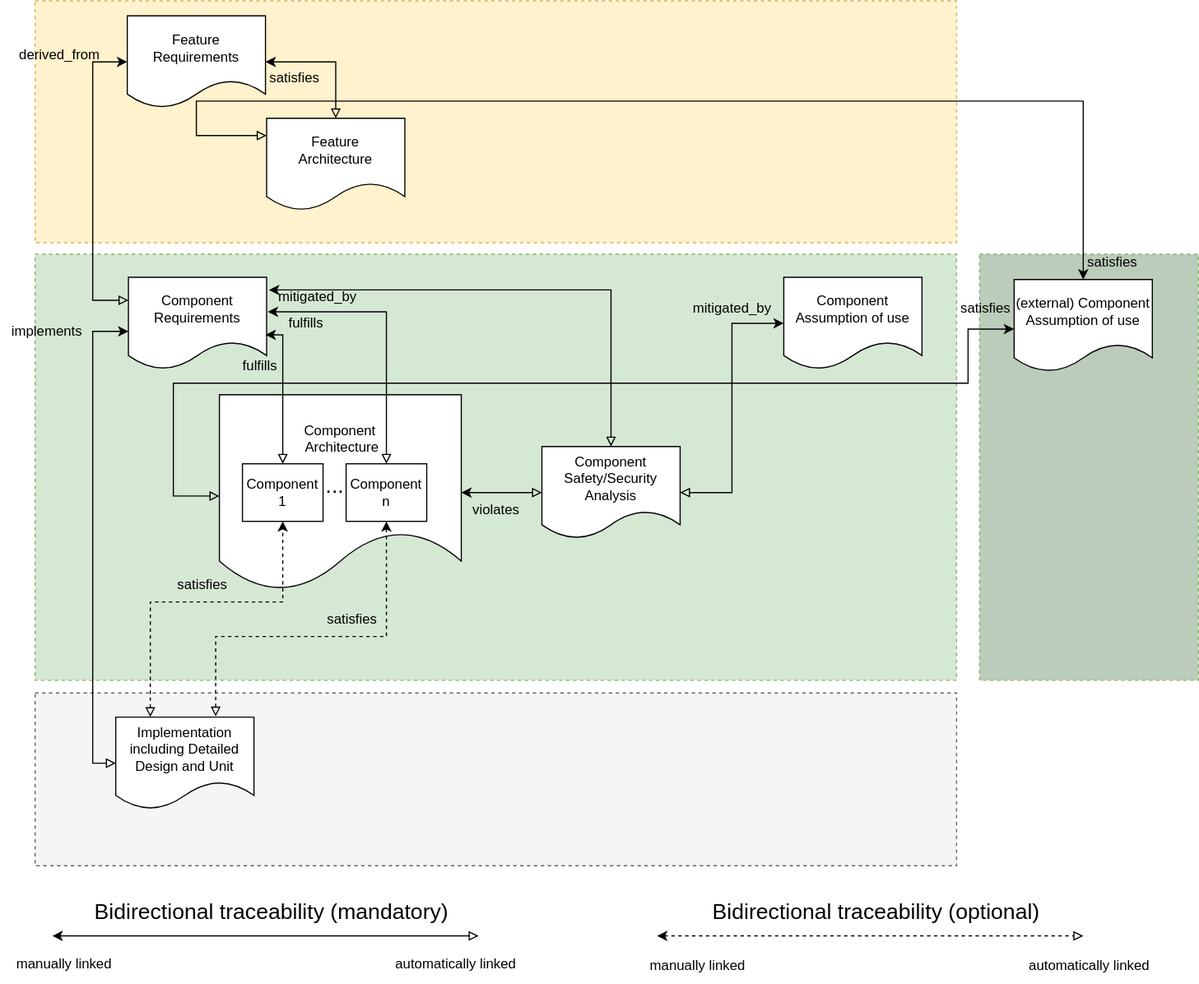
This is pr-621/_images/score_traceability_model_cmp_overview_2.drawio.svg from eclipse-score/process_description, a draw.io export, as it was before one commit. Source tidied: cells renumbered, new cells last; positions are measured from the earlier drawing's top-left corner, leaving out a move shared by most shapes.
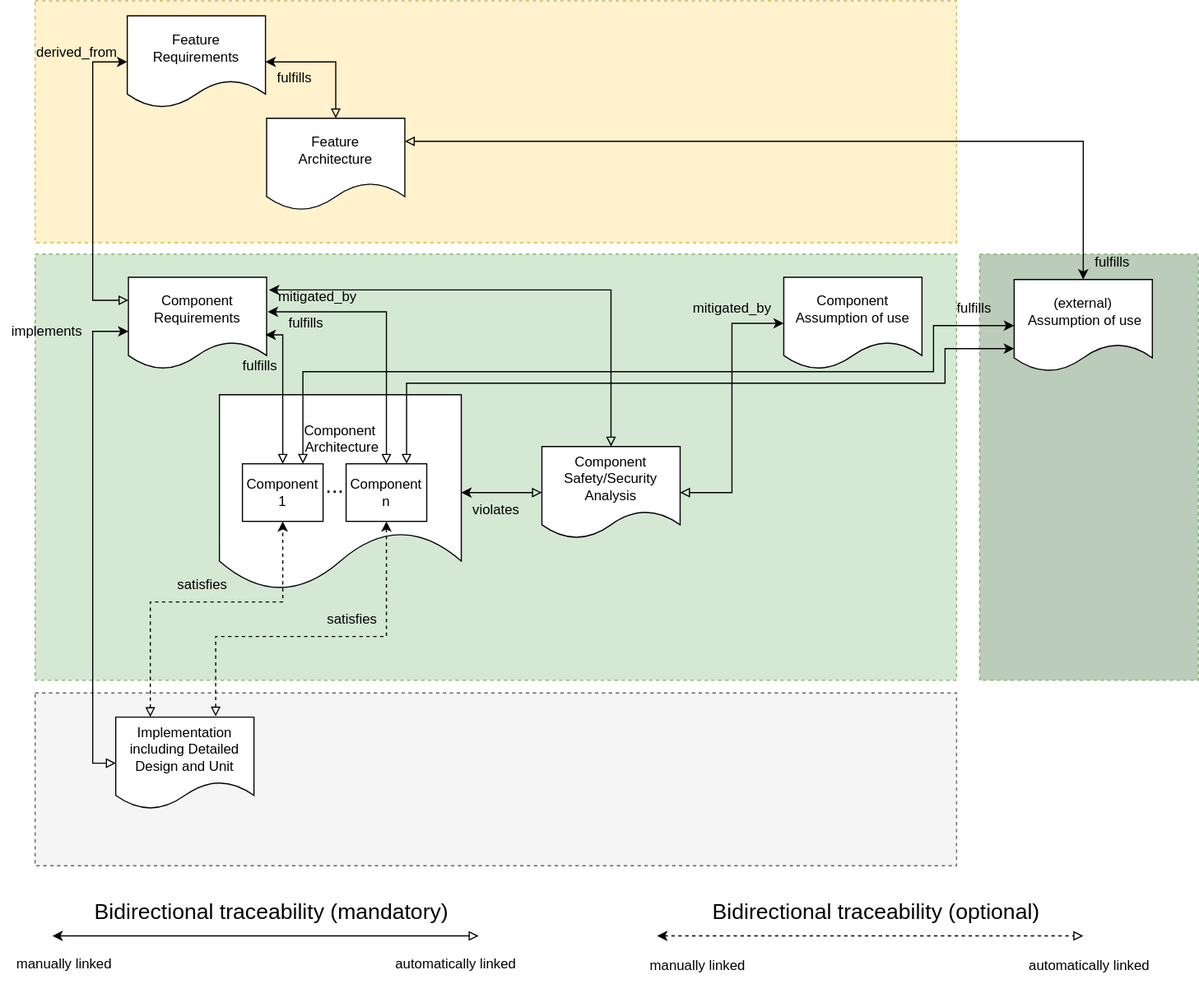
Later version of the same file.

The edit, as a diff of the source:
```diff
@@ -56,28 +56,22 @@
     <mxCell id="16" style="rounded=0;whiteSpace=wrap;html=1;dashed=1;fillColor=#BBCCBA;strokeColor=#82b366;" parent="1" vertex="1">
       <mxGeometry x="850" y="220" width="190" height="370" as="geometry" />
     </mxCell>
-    <mxCell id="17" style="edgeStyle=orthogonalEdgeStyle;rounded=0;jettySize=auto;html=1;entryX=0;entryY=0.25;entryDx=0;entryDy=0;fontSize=19;startArrow=classic;startFill=1;exitX=0.5;exitY=0;exitDx=0;exitDy=0;endArrow=block;endFill=0;" parent="1" edge="1" source="18">
+    <mxCell id="17" style="edgeStyle=orthogonalEdgeStyle;rounded=0;jettySize=auto;html=1;entryX=1;entryY=0.25;entryDx=0;entryDy=0;fontSize=19;startArrow=classic;startFill=1;exitX=0.5;exitY=0;exitDx=0;exitDy=0;endArrow=block;endFill=0;" parent="1" edge="1" source="18" target="14">
       <mxGeometry relative="1" as="geometry">
-        <mxPoint x="231" y="117" as="targetPoint" />
         <Array as="points">
-          <mxPoint x="940" y="87" />
-          <mxPoint x="170" y="87" />
-          <mxPoint x="170" y="117" />
+          <mxPoint x="940" y="122" />
         </Array>
       </mxGeometry>
     </mxCell>
-    <mxCell id="18" value="(external) Component Assumption of use" style="shape=document;whiteSpace=wrap;html=1;boundedLbl=1;" parent="1" vertex="1">
+    <mxCell id="18" value="(external)&lt;br&gt;&amp;nbsp;Assumption of use" style="shape=document;whiteSpace=wrap;html=1;boundedLbl=1;" parent="1" vertex="1">
       <mxGeometry x="880" y="242" width="120" height="80" as="geometry" />
     </mxCell>
-    <mxCell id="19" style="edgeStyle=orthogonalEdgeStyle;rounded=0;orthogonalLoop=1;jettySize=auto;html=1;exitX=0;exitY=0.5;exitDx=0;exitDy=0;startArrow=block;startFill=0;entryX=0;entryY=0.5;entryDx=0;entryDy=0;" parent="1" edge="1">
+    <mxCell id="19" style="edgeStyle=orthogonalEdgeStyle;rounded=0;jettySize=auto;html=1;exitX=0.75;exitY=0;exitDx=0;exitDy=0;startArrow=block;startFill=0;entryX=0;entryY=0.5;entryDx=0;entryDy=0;" parent="1" edge="1" source="24" target="18">
       <mxGeometry relative="1" as="geometry">
-        <mxPoint x="190" y="430" as="sourcePoint" />
-        <mxPoint x="880" y="285" as="targetPoint" />
         <Array as="points">
-          <mxPoint x="150" y="430" />
-          <mxPoint x="150" y="332" />
-          <mxPoint x="840" y="332" />
-          <mxPoint x="840" y="285" />
+          <mxPoint x="263" y="322" />
+          <mxPoint x="810" y="322" />
+          <mxPoint x="810" y="282" />
         </Array>
       </mxGeometry>
     </mxCell>
@@ -173,17 +167,17 @@
     <mxCell id="41" value="mitigated_by" style="text;html=1;align=center;verticalAlign=middle;strokeColor=none;fillColor=none;" parent="1" vertex="1">
       <mxGeometry x="590" y="252" width="90" height="30" as="geometry" />
     </mxCell>
-    <mxCell id="42" value="satisfies" style="text;html=1;align=center;verticalAlign=middle;strokeColor=none;fillColor=none;" parent="1" vertex="1">
-      <mxGeometry x="820" y="252" width="70" height="30" as="geometry" />
+    <mxCell id="42" value="fulfills" style="text;html=1;align=center;verticalAlign=middle;strokeColor=none;fillColor=none;" parent="1" vertex="1">
+      <mxGeometry x="820" y="252" width="50" height="30" as="geometry" />
     </mxCell>
-    <mxCell id="43" value="satisfies" style="text;html=1;align=center;verticalAlign=middle;strokeColor=none;fillColor=none;" parent="1" vertex="1">
-      <mxGeometry x="930" y="212" width="70" height="30" as="geometry" />
+    <mxCell id="43" value="fulfills" style="text;html=1;align=center;verticalAlign=middle;strokeColor=none;fillColor=none;" parent="1" vertex="1">
+      <mxGeometry x="940" y="212" width="50" height="30" as="geometry" />
     </mxCell>
     <mxCell id="44" value="derived_from" style="text;html=1;align=center;verticalAlign=middle;strokeColor=none;fillColor=none;" parent="1" vertex="1">
-      <mxGeometry x="6" y="32" width="90" height="30" as="geometry" />
+      <mxGeometry x="21" y="30" width="90" height="30" as="geometry" />
     </mxCell>
-    <mxCell id="45" value="satisfies" style="text;html=1;align=center;verticalAlign=middle;strokeColor=none;fillColor=none;" parent="1" vertex="1">
-      <mxGeometry x="220" y="52" width="70" height="30" as="geometry" />
+    <mxCell id="45" value="fulfills" style="text;html=1;align=center;verticalAlign=middle;strokeColor=none;fillColor=none;" parent="1" vertex="1">
+      <mxGeometry x="230" y="52" width="50" height="30" as="geometry" />
     </mxCell>
     <mxCell id="46" value="mitigated_by" style="text;html=1;align=center;verticalAlign=middle;strokeColor=none;fillColor=none;" parent="1" vertex="1">
       <mxGeometry x="230" y="242" width="90" height="30" as="geometry" />
@@ -197,5 +191,14 @@
     <mxCell id="49" value="fulfills" style="text;html=1;align=center;verticalAlign=middle;strokeColor=none;fillColor=none;" parent="1" vertex="1">
       <mxGeometry x="200" y="302" width="50" height="30" as="geometry" />
     </mxCell>
+    <mxCell id="50" style="edgeStyle=orthogonalEdgeStyle;rounded=0;jettySize=auto;html=1;exitX=0.75;exitY=0;exitDx=0;exitDy=0;startArrow=block;startFill=0;entryX=0;entryY=0.75;entryDx=0;entryDy=0;" parent="1" edge="1" source="25" target="18">
+      <mxGeometry relative="1" as="geometry">
+        <Array as="points">
+          <mxPoint x="353" y="332" />
+          <mxPoint x="820" y="332" />
+          <mxPoint x="820" y="302" />
+        </Array>
+      </mxGeometry>
+    </mxCell>
   </root>
 </mxGraphModel>
```
